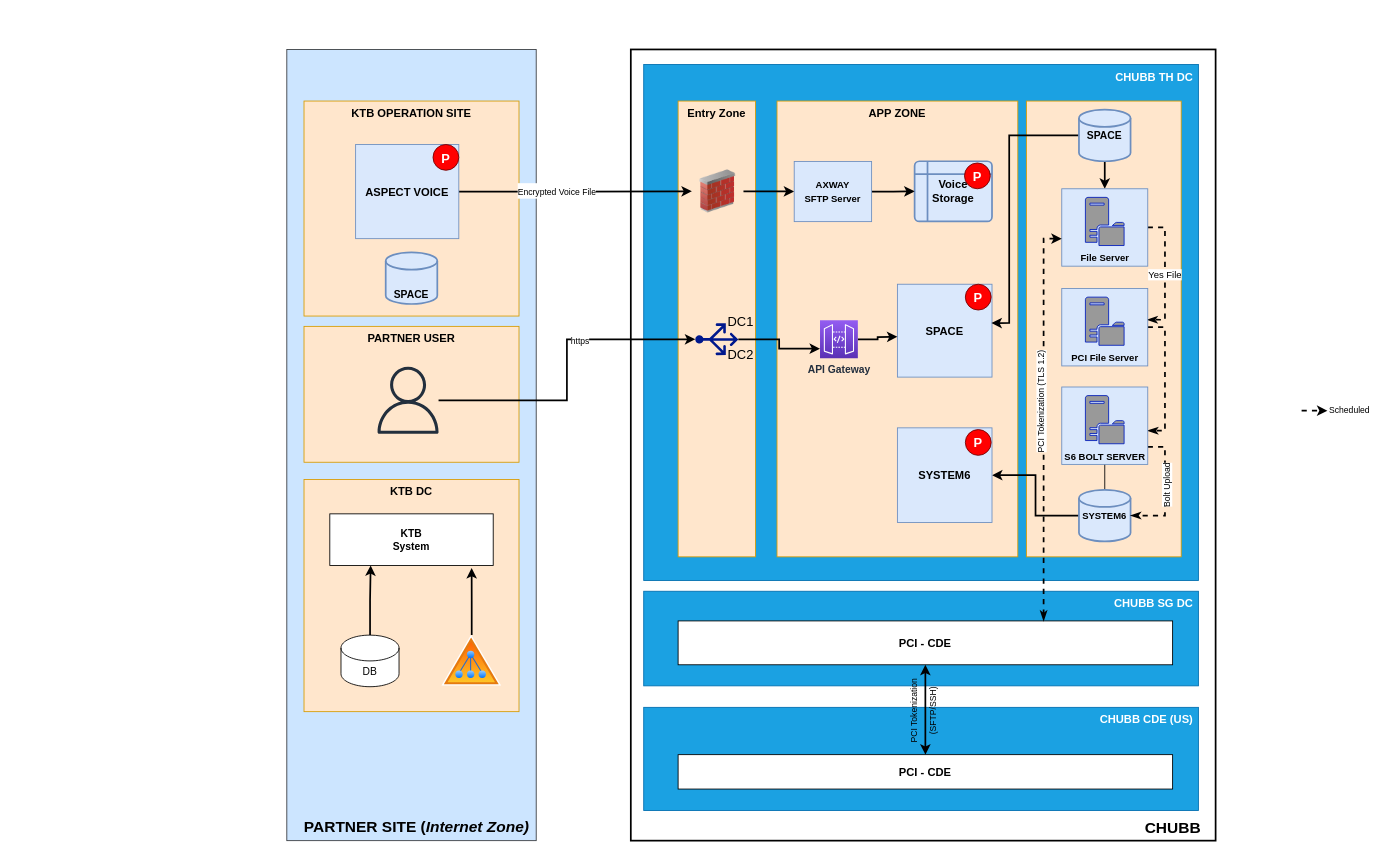
Earlier version of the draw.io diagram KTB.drawio (saileshsharma/saileshsharma). Source tidied: cells renumbered, new cells numbered last; positions are measured from the earlier drawing's top-left corner, leaving out a move shared by most shapes. Both pictures are drawn from the tidied source at 86%, with x=0, y=0 at pixel (286, 49).
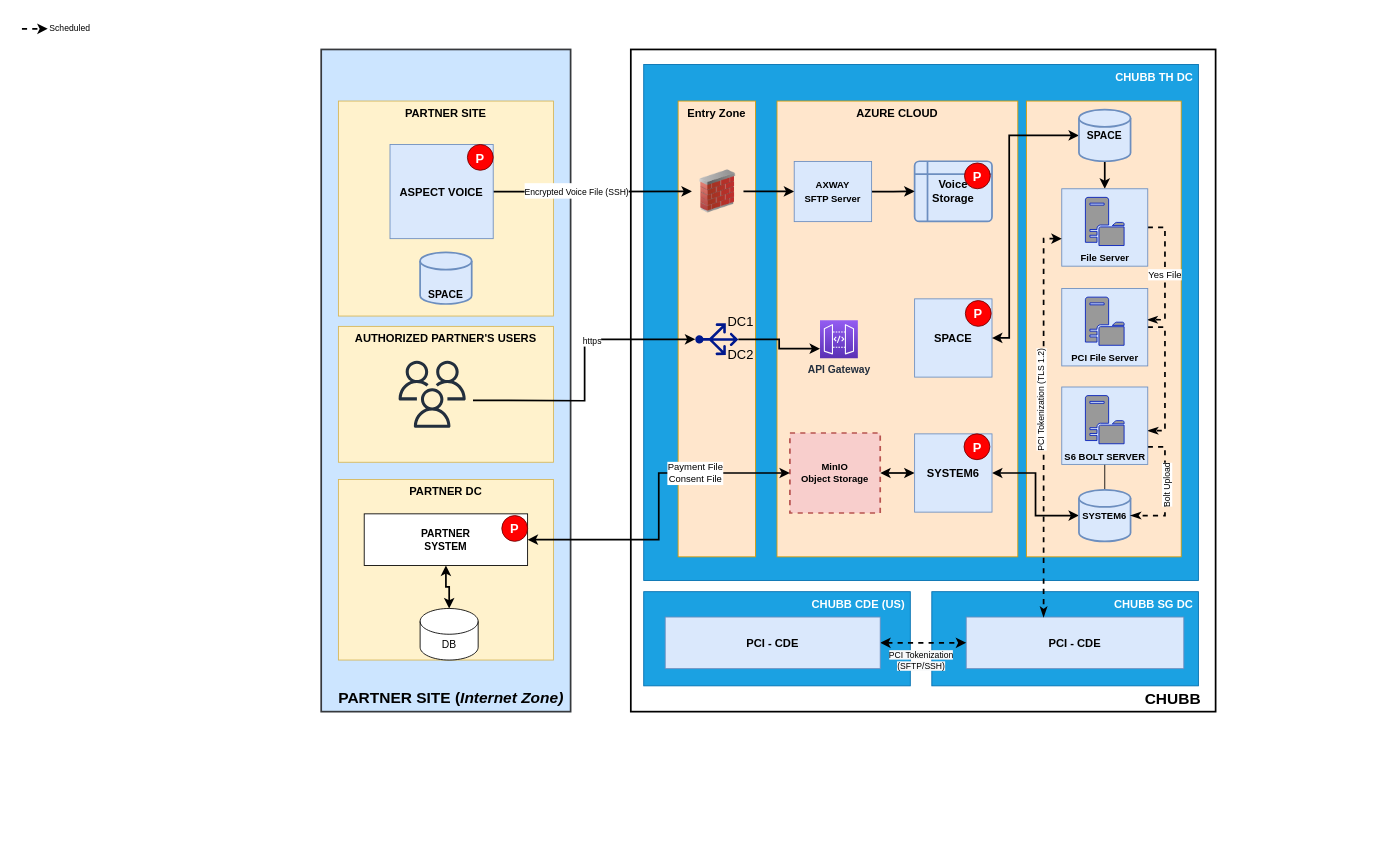
Above is the later version.

Unchanged cells that the change refers to:
```xml
<mxCell id="18" value="&lt;b&gt;&lt;span style=&quot;font-size: 11px;&quot;&gt;SYSTEM6&lt;/span&gt;&lt;br&gt;&lt;/b&gt;" style="strokeWidth=2;html=1;shape=mxgraph.flowchart.database;whiteSpace=wrap;fontSize=13;fillColor=#dae8fc;verticalAlign=middle;strokeColor=#6c8ebf;" parent="1" vertex="1">
  <mxGeometry x="921.1" y="512" width="60" height="60" as="geometry" />
</mxCell>
<mxCell id="21" value="&lt;span style=&quot;font-size: 12px;&quot;&gt;&lt;b&gt;SPACE&lt;/b&gt;&lt;/span&gt;" style="strokeWidth=2;html=1;shape=mxgraph.flowchart.database;whiteSpace=wrap;fontSize=13;fillColor=#dae8fc;verticalAlign=middle;strokeColor=#6c8ebf;" parent="1" vertex="1">
  <mxGeometry x="921.1" y="70" width="60" height="60" as="geometry" />
</mxCell>
<mxCell id="23" value="&lt;b&gt;API Gateway&lt;/b&gt;" style="sketch=0;points=[[0,0,0],[0.25,0,0],[0.5,0,0],[0.75,0,0],[1,0,0],[0,1,0],[0.25,1,0],[0.5,1,0],[0.75,1,0],[1,1,0],[0,0.25,0],[0,0.5,0],[0,0.75,0],[1,0.25,0],[1,0.5,0],[1,0.75,0]];outlineConnect=0;fontColor=#232F3E;gradientColor=#945DF2;gradientDirection=north;fillColor=#5A30B5;strokeColor=#ffffff;dashed=0;verticalLabelPosition=bottom;verticalAlign=top;align=center;html=1;fontSize=12;fontStyle=0;shape=mxgraph.aws4.resourceIcon;resIcon=mxgraph.aws4.api_gateway;" parent="1" vertex="1">
  <mxGeometry x="620" y="315" width="44" height="44" as="geometry" />
</mxCell>
<mxCell id="48" style="edgeStyle=orthogonalEdgeStyle;rounded=0;jettySize=auto;html=1;entryX=0;entryY=0.5;entryDx=0;entryDy=0;fontSize=15;fontColor=#000000;strokeWidth=2;" parent="1" edge="1" source="50" target="54">
  <mxGeometry relative="1" as="geometry" />
</mxCell>
<mxCell id="57" style="sketch=0;shadow=0;dashed=0;html=1;strokeColor=none;labelPosition=center;verticalLabelPosition=bottom;verticalAlign=top;align=center;fillColor=#00188D;shape=mxgraph.azure.load_balancer_generic;fontSize=15;fontColor=#000000;rotation=-90;" parent="1" vertex="1">
  <mxGeometry x="481.5" y="312" width="37" height="50" as="geometry" />
</mxCell>
```

Change to the diagram source:
```diff
@@
-    <mxCell id="2" value="&lt;div style=&quot;&quot;&gt;&lt;span style=&quot;background-color: initial; font-size: 18px;&quot;&gt;&lt;b&gt;PARTNER SITE (&lt;i&gt;Internet Zone)&lt;/i&gt;&lt;/b&gt;&lt;/span&gt;&lt;/div&gt;" style="rounded=0;whiteSpace=wrap;html=1;fillColor=#cce5ff;strokeColor=#36393d;verticalAlign=bottom;align=right;spacingRight=6;spacingBottom=1;" parent="1" vertex="1">
-      <mxGeometry width="290" height="920" as="geometry" />
+    <mxCell id="2" value="&lt;div style=&quot;&quot;&gt;&lt;span style=&quot;background-color: initial; font-size: 18px;&quot;&gt;&lt;b&gt;PARTNER SITE (&lt;i&gt;Internet Zone)&lt;/i&gt;&lt;/b&gt;&lt;/span&gt;&lt;/div&gt;" style="rounded=0;whiteSpace=wrap;html=1;fillColor=#cce5ff;strokeColor=#36393d;verticalAlign=bottom;align=right;spacingRight=6;spacingBottom=1;strokeWidth=2;" parent="1" vertex="1">
+      <mxGeometry x="40" width="290" height="770" as="geometry" />
     </mxCell>
-    <mxCell id="3" value="KTB DC" style="rounded=0;whiteSpace=wrap;html=1;verticalAlign=top;fontStyle=1;fontSize=13;fillColor=#ffe6cc;strokeColor=#d79b00;" parent="1" vertex="1">
-      <mxGeometry x="20" y="500" width="250" height="270" as="geometry" />
+    <mxCell id="3" value="PARTNER DC" style="rounded=0;whiteSpace=wrap;html=1;verticalAlign=top;fontStyle=1;fontSize=13;fillColor=#fff2cc;strokeColor=#d6b656;" parent="1" vertex="1">
+      <mxGeometry x="60" y="500" width="250" height="210" as="geometry" />
     </mxCell>
-    <mxCell id="4" style="edgeStyle=orthogonalEdgeStyle;rounded=0;jettySize=auto;html=1;entryX=0.25;entryY=1;entryDx=0;entryDy=0;fontSize=13;strokeWidth=2;" parent="1" edge="1" source="5" target="8">
+    <mxCell id="4" style="edgeStyle=orthogonalEdgeStyle;rounded=0;jettySize=auto;html=1;fontSize=11;fontColor=#000000;startArrow=classic;startFill=1;strokeWidth=2;" parent="1" edge="1" source="5" target="8">
       <mxGeometry relative="1" as="geometry" />
     </mxCell>
     <mxCell id="5" value="DB" style="shape=cylinder3;whiteSpace=wrap;html=1;boundedLbl=1;backgroundOutline=1;size=15;" parent="1" vertex="1">
-      <mxGeometry x="63" y="681" width="67.5" height="60" as="geometry" />
+      <mxGeometry x="155" y="650" width="67.5" height="60" as="geometry" />
     </mxCell>
-    <mxCell id="6" style="edgeStyle=orthogonalEdgeStyle;rounded=0;jettySize=auto;html=1;entryX=0.868;entryY=1.05;entryDx=0;entryDy=0;entryPerimeter=0;fontSize=13;strokeWidth=2;" parent="1" edge="1" source="7" target="8">
-      <mxGeometry relative="1" as="geometry" />
-    </mxCell>
-    <mxCell id="7" style="perimeter=ellipsePerimeter;html=1;align=center;shadow=0;dashed=0;spacingTop=3;image;image=img/lib/active_directory/active_directory.svg;" parent="1" vertex="1">
-      <mxGeometry x="180" y="681" width="70" height="59.5" as="geometry" />
-    </mxCell>
-    <mxCell id="8" value="&lt;b&gt;KTB&lt;br&gt;System&lt;/b&gt;" style="rounded=0;whiteSpace=wrap;html=1;" parent="1" vertex="1">
-      <mxGeometry x="50" y="540" width="190" height="60" as="geometry" />
+    <mxCell id="8" value="&lt;b&gt;PARTNER&lt;br&gt;SYSTEM&lt;br&gt;&lt;/b&gt;" style="rounded=0;whiteSpace=wrap;html=1;" parent="1" vertex="1">
+      <mxGeometry x="90" y="540" width="190" height="60" as="geometry" />
     </mxCell>
     <mxCell id="9" value="CHUBB" style="rounded=0;whiteSpace=wrap;html=1;fillColor=default;strokeColor=#000000;verticalAlign=bottom;align=right;fontStyle=1;spacingRight=15;fontSize=18;strokeWidth=2;" parent="1" vertex="1">
-      <mxGeometry x="400" width="680" height="920" as="geometry" />
+      <mxGeometry x="400" width="680" height="770" as="geometry" />
     </mxCell>
@@
-    <mxCell id="12" value="APP ZONE" style="rounded=0;whiteSpace=wrap;html=1;verticalAlign=top;fontStyle=1;fontSize=13;fillColor=#ffe6cc;strokeColor=#d79b00;" parent="1" vertex="1">
+    <mxCell id="12" value="AZURE CLOUD" style="rounded=0;whiteSpace=wrap;html=1;verticalAlign=top;fontStyle=1;fontSize=13;fillColor=#ffe6cc;strokeColor=#d79b00;" parent="1" vertex="1">
       <mxGeometry x="570" y="60" width="280" height="530" as="geometry" />
     </mxCell>
@@
     <mxCell id="14" value="SPACE" style="rounded=0;whiteSpace=wrap;html=1;fontSize=13;fillColor=#dae8fc;strokeColor=#6c8ebf;fontStyle=1;" parent="1" vertex="1">
-      <mxGeometry x="710" y="273" width="110" height="108" as="geometry" />
+      <mxGeometry x="730" y="290" width="90" height="91" as="geometry" />
     </mxCell>
@@
-    <mxCell id="17" style="edgeStyle=orthogonalEdgeStyle;rounded=0;jettySize=auto;html=1;fontSize=15;fontColor=#000000;strokeWidth=2;" parent="1" edge="1" source="18" target="24">
+    <mxCell id="17" style="edgeStyle=orthogonalEdgeStyle;rounded=0;jettySize=auto;html=1;fontSize=10;fontColor=#000000;startArrow=classic;startFill=1;strokeWidth=2;" parent="1" edge="1" source="18" target="24">
       <mxGeometry relative="1" as="geometry" />
     </mxCell>
@@
-    <mxCell id="20" style="edgeStyle=orthogonalEdgeStyle;rounded=0;jettySize=auto;html=1;entryX=0.994;entryY=0.418;entryDx=0;entryDy=0;entryPerimeter=0;fontSize=15;fontColor=#000000;strokeWidth=2;" parent="1" edge="1" source="21" target="14">
+    <mxCell id="20" style="edgeStyle=orthogonalEdgeStyle;rounded=0;jettySize=auto;html=1;entryX=1;entryY=0.5;entryDx=0;entryDy=0;fontSize=10;fontColor=#000000;startArrow=classic;startFill=1;strokeWidth=2;" parent="1" edge="1" source="21" target="14">
       <mxGeometry relative="1" as="geometry">
         <Array as="points">
           <mxPoint x="840" y="100" />
-          <mxPoint x="840" y="318" />
+          <mxPoint x="840" y="336" />
         </Array>
       </mxGeometry>
     </mxCell>
@@
-    <mxCell id="22" style="edgeStyle=orthogonalEdgeStyle;rounded=0;jettySize=auto;html=1;fontSize=15;fontColor=#000000;strokeWidth=2;" parent="1" edge="1" source="23">
-      <mxGeometry relative="1" as="geometry">
-        <mxPoint x="710" y="334" as="targetPoint" />
-      </mxGeometry>
-    </mxCell>
@@
-    <mxCell id="24" value="&lt;b&gt;SYSTEM6&lt;/b&gt;" style="rounded=0;whiteSpace=wrap;html=1;fontSize=13;fillColor=#dae8fc;strokeColor=#6c8ebf;" parent="1" vertex="1">
-      <mxGeometry x="710" y="440" width="110" height="110" as="geometry" />
-    </mxCell>
     <mxCell id="25" value="CHUBB SG DC" style="rounded=0;whiteSpace=wrap;html=1;verticalAlign=top;fontStyle=1;fontSize=13;fillColor=#1ba1e2;strokeColor=#006EAF;align=right;spacingRight=4;fontColor=#ffffff;" parent="1" vertex="1">
-      <mxGeometry x="415" y="630" width="645" height="110" as="geometry" />
+      <mxGeometry x="750" y="630.5" width="310" height="109.5" as="geometry" />
     </mxCell>
     <mxCell id="26" value="CHUBB CDE (US)" style="rounded=0;whiteSpace=wrap;html=1;verticalAlign=top;fontStyle=1;fontSize=13;fillColor=#1ba1e2;strokeColor=#006EAF;align=right;spacingRight=4;fontColor=#ffffff;" parent="1" vertex="1">
-      <mxGeometry x="415" y="765" width="645" height="120" as="geometry" />
+      <mxGeometry x="415" y="630.5" width="310" height="109.5" as="geometry" />
     </mxCell>
-    <mxCell id="27" value="&lt;b&gt;PCI - CDE&lt;/b&gt;" style="rounded=0;whiteSpace=wrap;html=1;fontSize=13;fillColor=default;" parent="1" vertex="1">
-      <mxGeometry x="455" y="664.5" width="575" height="51" as="geometry" />
+    <mxCell id="27" value="&lt;b&gt;PCI - CDE&lt;/b&gt;" style="rounded=0;whiteSpace=wrap;html=1;fontSize=13;fillColor=#dae8fc;strokeColor=#6c8ebf;" parent="1" vertex="1">
+      <mxGeometry x="790" y="660" width="253" height="60" as="geometry" />
     </mxCell>
-    <mxCell id="28" style="edgeStyle=orthogonalEdgeStyle;rounded=0;jettySize=auto;html=1;entryX=0.5;entryY=1;entryDx=0;entryDy=0;fontSize=18;strokeWidth=2;endArrow=classic;endFill=1;startArrow=classic;startFill=1;" parent="1" edge="1" source="30" target="27">
+    <mxCell id="28" style="edgeStyle=orthogonalEdgeStyle;rounded=0;jettySize=auto;html=1;entryX=0;entryY=0.5;entryDx=0;entryDy=0;fontSize=11;fontColor=#000000;strokeWidth=2;startArrow=classic;startFill=1;dashed=1;" parent="1" edge="1" source="30" target="27">
       <mxGeometry relative="1" as="geometry" />
     </mxCell>
-    <mxCell id="29" value="&lt;font style=&quot;font-size: 10px;&quot;&gt;PCI Tokenization&lt;br&gt;(SFTP/SSH)&lt;/font&gt;" style="edgeLabel;html=1;align=center;verticalAlign=middle;fontSize=18;labelBackgroundColor=none;rotation=270;" parent="28" vertex="1">
-      <mxGeometry x="0.13" y="-1" relative="1" as="geometry">
-        <mxPoint x="-6" y="9" as="offset" />
-      </mxGeometry>
-    </mxCell>
-    <mxCell id="30" value="&lt;b&gt;PCI - CDE&lt;/b&gt;" style="rounded=0;whiteSpace=wrap;html=1;fontSize=13;fillColor=default;" parent="1" vertex="1">
-      <mxGeometry x="455" y="820" width="575" height="40" as="geometry" />
+    <mxCell id="30" value="&lt;b&gt;PCI - CDE&lt;/b&gt;" style="rounded=0;whiteSpace=wrap;html=1;fontSize=13;fillColor=#dae8fc;strokeColor=#6c8ebf;" parent="1" vertex="1">
+      <mxGeometry x="440" y="660" width="250" height="60" as="geometry" />
     </mxCell>
@@
     <mxCell id="43" style="endArrow=classic;startArrow=none;html=1;rounded=0;dashed=1;fontSize=10;strokeWidth=2;startFill=0;" parent="1" edge="1">
       <mxGeometry relative="1" as="geometry">
-        <mxPoint x="1180" y="420" as="sourcePoint" />
-        <mxPoint x="1210" y="420" as="targetPoint" />
+        <mxPoint x="-308" y="-24" as="sourcePoint" />
+        <mxPoint x="-278" y="-24" as="targetPoint" />
       </mxGeometry>
     </mxCell>
     <mxCell id="44" value="Scheduled" style="text;html=1;strokeColor=none;fillColor=none;align=center;verticalAlign=middle;whiteSpace=wrap;rounded=0;labelBackgroundColor=default;fontSize=10;" parent="1" vertex="1">
-      <mxGeometry x="1206" y="404" width="60" height="30" as="geometry" />
+      <mxGeometry x="-282" y="-40" width="60" height="30" as="geometry" />
     </mxCell>
-    <mxCell id="45" value="&lt;span style=&quot;font-size: 15px;&quot;&gt;P&lt;/span&gt;" style="ellipse;whiteSpace=wrap;html=1;fillColor=#FF0000;fontColor=#ffffff;strokeColor=#6F0000;fontSize=15;fontStyle=1;" parent="1" vertex="1">
-      <mxGeometry x="789" y="442" width="30" height="30" as="geometry" />
-    </mxCell>
@@
-    <mxCell id="47" value="KTB OPERATION SITE" style="rounded=0;whiteSpace=wrap;html=1;verticalAlign=top;fontStyle=1;fontSize=13;fillColor=#ffe6cc;strokeColor=#d79b00;" parent="1" vertex="1">
-      <mxGeometry x="20" y="60" width="250" height="250" as="geometry" />
+    <mxCell id="47" value="PARTNER SITE" style="rounded=0;whiteSpace=wrap;html=1;verticalAlign=top;fontStyle=1;fontSize=13;fillColor=#fff2cc;strokeColor=#d6b656;" parent="1" vertex="1">
+      <mxGeometry x="60" y="60" width="250" height="250" as="geometry" />
     </mxCell>
@@
-    <mxCell id="49" value="&lt;font style=&quot;font-size: 10px;&quot;&gt;Encrypted Voice File&lt;/font&gt;" style="edgeLabel;html=1;align=center;verticalAlign=middle;fontSize=15;fontColor=#000000;" parent="48" vertex="1">
+    <mxCell id="49" value="&lt;font style=&quot;font-size: 10px;&quot;&gt;Encrypted Voice File (SSH)&lt;/font&gt;" style="edgeLabel;html=1;align=center;verticalAlign=middle;fontSize=15;fontColor=#000000;" parent="48" vertex="1">
       <mxGeometry x="-0.17" y="2" relative="1" as="geometry" />
     </mxCell>
     <mxCell id="50" value="&lt;b style=&quot;font-size: 13px;&quot;&gt;ASPECT VOICE&lt;/b&gt;" style="rounded=0;whiteSpace=wrap;html=1;fontSize=15;fillColor=#dae8fc;strokeColor=#6c8ebf;" parent="1" vertex="1">
-      <mxGeometry x="80" y="110.5" width="120" height="109.5" as="geometry" />
+      <mxGeometry x="120" y="110.5" width="120" height="109.5" as="geometry" />
     </mxCell>
     <mxCell id="51" value="&lt;span style=&quot;font-size: 12px;&quot;&gt;&lt;b&gt;SPACE&lt;/b&gt;&lt;/span&gt;" style="strokeWidth=2;html=1;shape=mxgraph.flowchart.database;whiteSpace=wrap;fontSize=13;fillColor=#dae8fc;verticalAlign=bottom;strokeColor=#6c8ebf;" parent="1" vertex="1">
-      <mxGeometry x="115" y="236" width="60" height="60" as="geometry" />
+      <mxGeometry x="155" y="236" width="60" height="60" as="geometry" />
     </mxCell>
     <mxCell id="52" value="&lt;span style=&quot;font-size: 15px;&quot;&gt;P&lt;/span&gt;" style="ellipse;whiteSpace=wrap;html=1;fillColor=#FF0000;fontColor=#ffffff;strokeColor=#6F0000;fontSize=15;fontStyle=1;" parent="1" vertex="1">
-      <mxGeometry x="170" y="110.5" width="30" height="30" as="geometry" />
+      <mxGeometry x="210" y="110.5" width="30" height="30" as="geometry" />
     </mxCell>
@@
     <mxCell id="55" value="&lt;span style=&quot;font-size: 15px;&quot;&gt;P&lt;/span&gt;" style="ellipse;whiteSpace=wrap;html=1;fillColor=#FF0000;fontColor=#ffffff;strokeColor=#6F0000;fontSize=15;fontStyle=1;" parent="1" vertex="1">
-      <mxGeometry x="789" y="273" width="30" height="30" as="geometry" />
+      <mxGeometry x="789" y="292" width="30" height="30" as="geometry" />
     </mxCell>
@@
     <mxCell id="60" style="sketch=0;fontColor=#232F3E;gradientColor=none;fillColor=#232F3D;strokeColor=none;dashed=0;verticalLabelPosition=bottom;verticalAlign=top;align=center;html=1;fontSize=12;fontStyle=0;shape=mxgraph.aws4.user;" parent="1" vertex="1">
-      <mxGeometry x="97" y="344" width="78" height="78" as="geometry" />
+      <mxGeometry x="137" y="344" width="78" height="78" as="geometry" />
     </mxCell>
-    <mxCell id="61" value="PARTNER USER" style="rounded=0;whiteSpace=wrap;html=1;verticalAlign=top;fontStyle=1;fontSize=13;fillColor=#ffe6cc;strokeColor=#d79b00;" parent="1" vertex="1">
-      <mxGeometry x="20" y="322" width="250" height="158" as="geometry" />
+    <mxCell id="61" value="AUTHORIZED PARTNER'S USERS" style="rounded=0;whiteSpace=wrap;html=1;verticalAlign=top;fontStyle=1;fontSize=13;fillColor=#fff2cc;strokeColor=#d6b656;" parent="1" vertex="1">
+      <mxGeometry x="60" y="322" width="250" height="158" as="geometry" />
     </mxCell>
-    <mxCell id="62" style="edgeStyle=orthogonalEdgeStyle;rounded=0;jettySize=auto;html=1;entryX=0.5;entryY=0;entryDx=0;entryDy=0;entryPerimeter=0;fontSize=15;fontColor=#000000;strokeWidth=2;" parent="1" edge="1" source="64" target="57">
-      <mxGeometry relative="1" as="geometry" />
+    <mxCell id="62" style="edgeStyle=orthogonalEdgeStyle;rounded=0;jettySize=auto;html=1;entryX=0.5;entryY=0;entryDx=0;entryDy=0;entryPerimeter=0;fontSize=15;fontColor=#000000;strokeWidth=2;" parent="1" edge="1" target="57">
+      <mxGeometry relative="1" as="geometry">
+        <mxPoint x="216.5" y="408" as="sourcePoint" />
+      </mxGeometry>
     </mxCell>
@@
-    <mxCell id="64" style="sketch=0;outlineConnect=0;fontColor=#232F3E;gradientColor=none;fillColor=#232F3D;strokeColor=none;dashed=0;verticalLabelPosition=bottom;verticalAlign=top;align=center;html=1;fontSize=12;fontStyle=0;shape=mxgraph.aws4.user;" parent="1" vertex="1">
-      <mxGeometry x="102" y="369" width="78" height="78" as="geometry" />
-    </mxCell>
@@
+    <mxCell id="29" value="&lt;font style=&quot;font-size: 10px;&quot;&gt;&lt;span style=&quot;color: rgb(0, 0, 0); font-family: Helvetica; font-style: normal; font-variant-ligatures: normal; font-variant-caps: normal; font-weight: 400; letter-spacing: normal; orphans: 2; text-indent: 0px; text-transform: none; widows: 2; word-spacing: 0px; -webkit-text-stroke-width: 0px; background-color: rgb(248, 249, 250); text-decoration-thickness: initial; text-decoration-style: initial; text-decoration-color: initial; float: none; display: inline !important;&quot;&gt;PCI Tokenization&lt;/span&gt;&lt;br style=&quot;color: rgb(0, 0, 0); font-family: Helvetica; font-style: normal; font-variant-ligatures: normal; font-variant-caps: normal; font-weight: 400; letter-spacing: normal; orphans: 2; text-indent: 0px; text-transform: none; widows: 2; word-spacing: 0px; -webkit-text-stroke-width: 0px; background-color: rgb(248, 249, 250); text-decoration-thickness: initial; text-decoration-style: initial; text-decoration-color: initial;&quot;&gt;&lt;span style=&quot;color: rgb(0, 0, 0); font-family: Helvetica; font-style: normal; font-variant-ligatures: normal; font-variant-caps: normal; font-weight: 400; letter-spacing: normal; orphans: 2; text-indent: 0px; text-transform: none; widows: 2; word-spacing: 0px; -webkit-text-stroke-width: 0px; background-color: rgb(248, 249, 250); text-decoration-thickness: initial; text-decoration-style: initial; text-decoration-color: initial; float: none; display: inline !important;&quot;&gt;(SFTP/SSH)&lt;/span&gt;&lt;/font&gt;" style="text;whiteSpace=wrap;html=1;fontSize=11;fontColor=#000000;align=center;" parent="1" vertex="1">
+      <mxGeometry x="687.5" y="691" width="100" height="40" as="geometry" />
+    </mxCell>
+    <mxCell id="67" value="&lt;b style=&quot;font-size: 11px;&quot;&gt;MinIO&lt;br&gt;Object Storage&lt;/b&gt;" style="rounded=0;whiteSpace=wrap;html=1;dashed=1;fontSize=10;strokeColor=#b85450;strokeWidth=2;fillColor=#f8cecc;" parent="1" vertex="1">
+      <mxGeometry x="585" y="446" width="105" height="93" as="geometry" />
+    </mxCell>
+    <mxCell id="68" style="edgeStyle=orthogonalEdgeStyle;rounded=0;jettySize=auto;html=1;fontSize=10;fontColor=#000000;startArrow=classic;startFill=1;strokeWidth=2;" parent="1" edge="1" source="24" target="67">
+      <mxGeometry relative="1" as="geometry" />
+    </mxCell>
+    <mxCell id="24" value="SYSTEM6" style="rounded=0;whiteSpace=wrap;html=1;fontSize=13;fillColor=#dae8fc;strokeColor=#6c8ebf;fontStyle=1;" parent="1" vertex="1">
+      <mxGeometry x="730" y="447" width="90" height="91" as="geometry" />
+    </mxCell>
+    <mxCell id="69" value="&lt;span style=&quot;font-size: 15px;&quot;&gt;P&lt;/span&gt;" style="ellipse;whiteSpace=wrap;html=1;fillColor=#FF0000;fontColor=#ffffff;strokeColor=#6F0000;fontSize=15;fontStyle=1;" parent="1" vertex="1">
+      <mxGeometry x="787.5" y="447" width="30" height="30" as="geometry" />
+    </mxCell>
+    <mxCell id="70" style="edgeStyle=orthogonalEdgeStyle;rounded=0;jettySize=auto;html=1;entryX=0;entryY=0.5;entryDx=0;entryDy=0;fontSize=10;fontColor=#000000;startArrow=classic;startFill=1;strokeWidth=2;" parent="1" edge="1" source="8" target="67">
+      <mxGeometry relative="1" as="geometry" />
+    </mxCell>
+    <mxCell id="71" value="Payment File&lt;br&gt;Consent File" style="edgeLabel;html=1;align=center;verticalAlign=middle;fontSize=11;fontColor=#000000;" parent="70" vertex="1">
+      <mxGeometry x="0.42" relative="1" as="geometry" />
+    </mxCell>
+    <mxCell id="72" value="&lt;span style=&quot;font-size: 15px;&quot;&gt;P&lt;/span&gt;" style="ellipse;whiteSpace=wrap;html=1;fillColor=#FF0000;fontColor=#ffffff;strokeColor=#6F0000;fontSize=15;fontStyle=1;" parent="1" vertex="1">
+      <mxGeometry x="250" y="542" width="30" height="30" as="geometry" />
+    </mxCell>
+    <mxCell id="73" style="sketch=0;fontColor=#232F3E;gradientColor=none;fillColor=#232F3D;strokeColor=none;dashed=0;verticalLabelPosition=bottom;verticalAlign=top;align=center;html=1;fontSize=12;fontStyle=0;shape=mxgraph.aws4.users;" parent="1" vertex="1">
+      <mxGeometry x="130" y="362" width="78" height="78" as="geometry" />
+    </mxCell>
```
